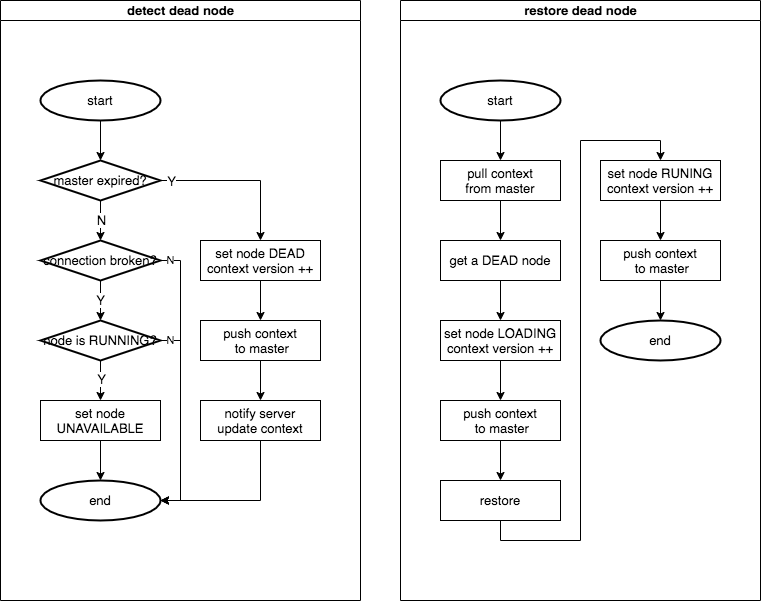
Earlier version of the draw.io export documents/restore.drawio.png (4paradigm/parameter-server). Source tidied: cells renumbered, new cells last; positions are measured from the earlier drawing's top-left corner, leaving out a move shared by most shapes.
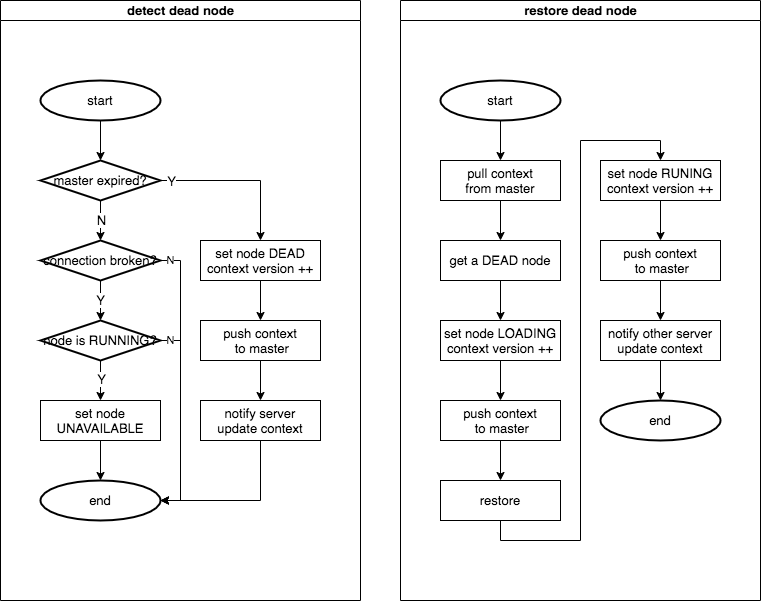
Above is the later version.

Commit message:
add context document

Diff of the diagram source:
```diff
@@ -142,17 +142,23 @@
     <mxCell id="43" style="edgeStyle=orthogonalEdgeStyle;rounded=0;jettySize=auto;html=1;exitX=0.5;exitY=1;exitDx=0;exitDy=0;fontSize=13;entryX=0.5;entryY=0;entryDx=0;entryDy=0;" parent="29" edge="1" source="40" target="42">
       <mxGeometry relative="1" as="geometry" />
     </mxCell>
-    <mxCell id="44" style="edgeStyle=orthogonalEdgeStyle;rounded=0;jettySize=auto;html=1;entryX=0.5;entryY=0;entryDx=0;entryDy=0;entryPerimeter=0;fontSize=13;" parent="29" edge="1" source="45" target="46">
+    <mxCell id="44" style="edgeStyle=orthogonalEdgeStyle;rounded=0;jettySize=auto;html=1;entryX=0.5;entryY=0;entryDx=0;entryDy=0;fontSize=13;" parent="29" edge="1" source="45" target="49">
       <mxGeometry relative="1" as="geometry" />
     </mxCell>
     <mxCell id="45" value="push context&lt;br&gt;&amp;nbsp;to master" style="rounded=0;whiteSpace=wrap;html=1;fontSize=13;" parent="29" vertex="1">
       <mxGeometry x="200" y="240" width="120" height="40" as="geometry" />
     </mxCell>
+    <mxCell id="47" style="edgeStyle=orthogonalEdgeStyle;rounded=0;jettySize=auto;html=1;fontSize=13;entryX=0.5;entryY=0;entryDx=0;entryDy=0;" parent="29" edge="1" source="39" target="40">
+      <mxGeometry relative="1" as="geometry" />
+    </mxCell>
+    <mxCell id="48" style="edgeStyle=orthogonalEdgeStyle;rounded=0;jettySize=auto;html=1;entryX=0.5;entryY=0;entryDx=0;entryDy=0;entryPerimeter=0;" parent="29" edge="1" source="49" target="46">
+      <mxGeometry relative="1" as="geometry" />
+    </mxCell>
+    <mxCell id="49" value="notify other server&lt;br&gt;update context" style="rounded=0;whiteSpace=wrap;html=1;fontSize=13;" parent="29" vertex="1">
+      <mxGeometry x="200" y="320" width="120" height="40" as="geometry" />
+    </mxCell>
     <mxCell id="46" value="end" style="strokeWidth=2;html=1;shape=mxgraph.flowchart.start_1;whiteSpace=wrap;fontSize=13;" parent="29" vertex="1">
-      <mxGeometry x="200" y="320" width="120" height="40" as="geometry" />
+      <mxGeometry x="200" y="400" width="120" height="40" as="geometry" />
     </mxCell>
-    <mxCell id="47" style="edgeStyle=orthogonalEdgeStyle;rounded=0;jettySize=auto;html=1;fontSize=13;entryX=0.5;entryY=0;entryDx=0;entryDy=0;" parent="29" edge="1" source="39" target="40">
-      <mxGeometry relative="1" as="geometry" />
-    </mxCell>
   </root>
 </mxGraphModel>
```
